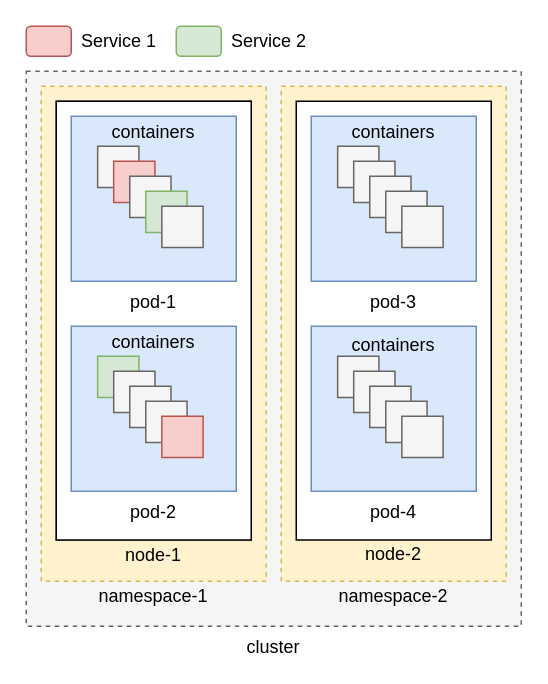
The draw.io diagram page "cluster" (1 of 2) of blog/raw/kube/Untitled Diagram.drawio in DavidVentura/blog, before the edit. Source tidied: cells renumbered, new cells numbered last; positions are measured from the earlier drawing's top-left corner, leaving out a move shared by most shapes. Both pictures are drawn from the tidied source at 150%, with x=0, y=0 at pixel (26, 26).
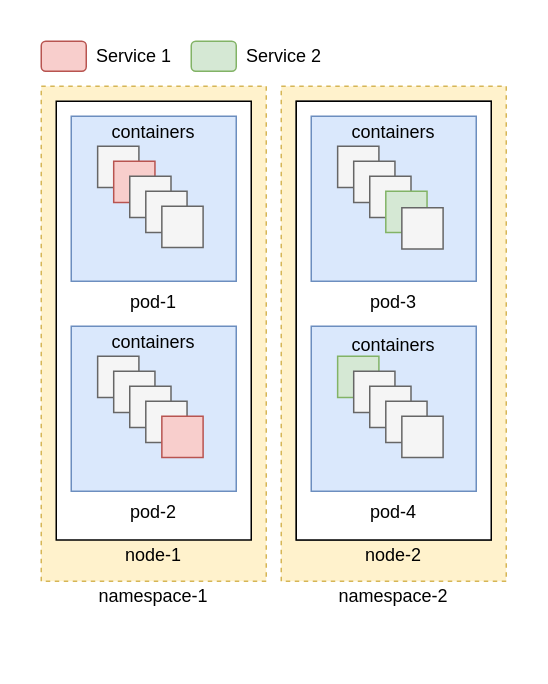
The same page after the edit.

The change refers to these unchanged cells:
```xml
<mxCell id="10" value="containers" style="group;labelPosition=center;verticalLabelPosition=top;align=center;verticalAlign=bottom;" parent="8" vertex="1">
  <mxGeometry x="17.6" y="20" width="74.9" height="70" as="geometry" />
</mxCell>
<mxCell id="18" value="containers" style="group;labelPosition=center;verticalLabelPosition=top;align=center;verticalAlign=bottom;" parent="16" vertex="1">
  <mxGeometry x="17.6" y="20" width="74.9" height="70" as="geometry" />
</mxCell>
<mxCell id="29" value="containers" style="group;labelPosition=center;verticalLabelPosition=top;align=center;verticalAlign=bottom;spacing=0;spacingTop=-2;" parent="27" vertex="1">
  <mxGeometry x="17.6" y="20" width="74.9" height="70" as="geometry" />
</mxCell>
<mxCell id="37" value="containers" style="group;labelPosition=center;verticalLabelPosition=top;align=center;verticalAlign=bottom;" parent="35" vertex="1">
  <mxGeometry x="17.6" y="20" width="74.9" height="70" as="geometry" />
</mxCell>
```

Change to the diagram source:
```diff
@@
     <mxCell id="2" value="Service 1" style="rounded=1;fillColor=#f8cecc;strokeColor=#b85450;labelPosition=right;verticalLabelPosition=middle;align=left;verticalAlign=middle;spacingLeft=5;labelBorderColor=none;textShadow=0;html=1;labelBackgroundColor=none;" parent="1" vertex="1">
-      <mxGeometry width="30" height="20" as="geometry" />
+      <mxGeometry x="10" y="10" width="30" height="20" as="geometry" />
     </mxCell>
     <mxCell id="3" value="Service 2" style="rounded=1;html=1;fillColor=#d5e8d4;strokeColor=#82b366;labelPosition=right;verticalLabelPosition=middle;align=left;verticalAlign=middle;spacingLeft=5;fontColor=#000000;labelBackgroundColor=none;" parent="1" vertex="1">
-      <mxGeometry x="100" width="30" height="20" as="geometry" />
+      <mxGeometry x="110" y="10" width="30" height="20" as="geometry" />
     </mxCell>
-    <mxCell id="4" value="cluster" style="rounded=0;whiteSpace=wrap;html=1;verticalAlign=top;labelPosition=center;verticalLabelPosition=bottom;align=center;dashed=1;fillColor=#f5f5f5;fontColor=#000000;strokeColor=#666666;labelBackgroundColor=none;" parent="1" vertex="1">
-      <mxGeometry y="30" width="330" height="370" as="geometry" />
-    </mxCell>
@@
-    <mxCell id="6" style="group;spacingTop=-2;spacing=0;fillColor=#f5f5f5;fontColor=#333333;strokeColor=#666666;" parent="1" vertex="1">
+    <mxCell id="6" style="group;spacingTop=-2;spacing=0;" parent="1" vertex="1">
       <mxGeometry x="20" y="50" width="130" height="292.5" as="geometry" />
     </mxCell>
@@
-    <mxCell id="11" style="whiteSpace=wrap;html=1;fillColor=#d5e8d4;strokeColor=#82b366;" parent="10" vertex="1">
+    <mxCell id="11" style="whiteSpace=wrap;html=1;fillColor=#f5f5f5;fontColor=#333333;strokeColor=#666666;" parent="10" vertex="1">
       <mxGeometry width="27.5" height="27.5" as="geometry" />
     </mxCell>
@@
-    <mxCell id="22" style="whiteSpace=wrap;html=1;labelPosition=center;verticalLabelPosition=bottom;align=center;verticalAlign=top;fillColor=#d5e8d4;strokeColor=#82b366;" parent="18" vertex="1">
+    <mxCell id="22" style="whiteSpace=wrap;html=1;labelPosition=center;verticalLabelPosition=bottom;align=center;verticalAlign=top;fillColor=#f5f5f5;strokeColor=#666666;fontColor=#333333;" parent="18" vertex="1">
       <mxGeometry x="32.1" y="30" width="27.5" height="27.5" as="geometry" />
     </mxCell>
@@
-    <mxCell id="24" value="namespace-2" style="rounded=0;whiteSpace=wrap;html=1;verticalAlign=top;labelPosition=center;verticalLabelPosition=bottom;align=center;dashed=1;fillColor=#fff2cc;strokeColor=#d6b656;spacing=0;spacingTop=-2;" parent="1" vertex="1">
+    <mxCell id="24" value="namespace-2" style="rounded=0;whiteSpace=wrap;html=1;verticalAlign=top;labelPosition=center;verticalLabelPosition=bottom;align=center;dashed=1;fillColor=#fff2cc;strokeColor=#d6b656;spacing=0;spacingTop=-2;fontColor=default;" parent="1" vertex="1">
       <mxGeometry x="170" y="40" width="150" height="330" as="geometry" />
     </mxCell>
+    <mxCell id="43" style="group;spacingTop=-2;spacing=0;fillColor=#f5f5f5;fontColor=#333333;strokeColor=#666666;" parent="1" vertex="1">
+      <mxGeometry x="180" y="50" width="130" height="292.5" as="geometry" />
+    </mxCell>
-    <mxCell id="25" value="node-2" style="group;labelPosition=center;verticalLabelPosition=bottom;align=center;verticalAlign=top;spacing=0;spacingTop=-2;" parent="1" vertex="1">
-      <mxGeometry x="180" y="50" width="130" height="292.5" as="geometry" />
+    <mxCell id="25" value="node-2" style="rounded=0;whiteSpace=wrap;html=1;labelPosition=center;verticalLabelPosition=bottom;align=center;verticalAlign=top;spacing=0;spacingTop=-2;" parent="43" vertex="1">
+      <mxGeometry width="130" height="292.5" as="geometry" />
     </mxCell>
-    <mxCell id="26" style="rounded=0;whiteSpace=wrap;html=1;" parent="25" vertex="1">
-      <mxGeometry width="130" height="292.5" as="geometry" />
-    </mxCell>
-    <mxCell id="27" style="group;" parent="25" vertex="1">
+    <mxCell id="27" style="group;" parent="43" vertex="1">
       <mxGeometry x="10" y="150" width="110" height="110" as="geometry" />
     </mxCell>
@@
-    <mxCell id="30" style="whiteSpace=wrap;html=1;fillColor=#f5f5f5;fontColor=#333333;strokeColor=#666666;" parent="29" vertex="1">
+    <mxCell id="30" style="whiteSpace=wrap;html=1;fillColor=#d5e8d4;strokeColor=#82b366;" parent="29" vertex="1">
       <mxGeometry width="27.5" height="27.5" as="geometry" />
     </mxCell>
@@
-    <mxCell id="35" style="group;" parent="25" vertex="1">
+    <mxCell id="35" style="group;" parent="43" vertex="1">
       <mxGeometry x="10" y="10" width="110" height="110" as="geometry" />
     </mxCell>
@@
-    <mxCell id="41" style="whiteSpace=wrap;html=1;labelPosition=center;verticalLabelPosition=bottom;align=center;verticalAlign=top;fillColor=#f5f5f5;fontColor=#333333;strokeColor=#666666;" parent="37" vertex="1">
+    <mxCell id="41" style="whiteSpace=wrap;html=1;labelPosition=center;verticalLabelPosition=bottom;align=center;verticalAlign=top;fillColor=#d5e8d4;strokeColor=#82b366;" parent="37" vertex="1">
       <mxGeometry x="32.1" y="30" width="27.5" height="27.5" as="geometry" />
     </mxCell>
-    <mxCell id="42" style="whiteSpace=wrap;html=1;labelPosition=center;verticalLabelPosition=bottom;align=center;verticalAlign=top;fillColor=#f5f5f5;fontColor=#333333;strokeColor=#666666;" parent="37" vertex="1">
-      <mxGeometry x="42.8" y="40" width="27.5" height="27.5" as="geometry" />
+    <mxCell id="42" style="whiteSpace=wrap;html=1;labelPosition=center;verticalLabelPosition=bottom;align=center;verticalAlign=top;fillColor=#f5f5f5;fontColor=#333333;strokeColor=#666666;fillStyle=auto;" parent="37" vertex="1">
+      <mxGeometry x="42.8" y="41" width="27.5" height="27.5" as="geometry" />
     </mxCell>
```
